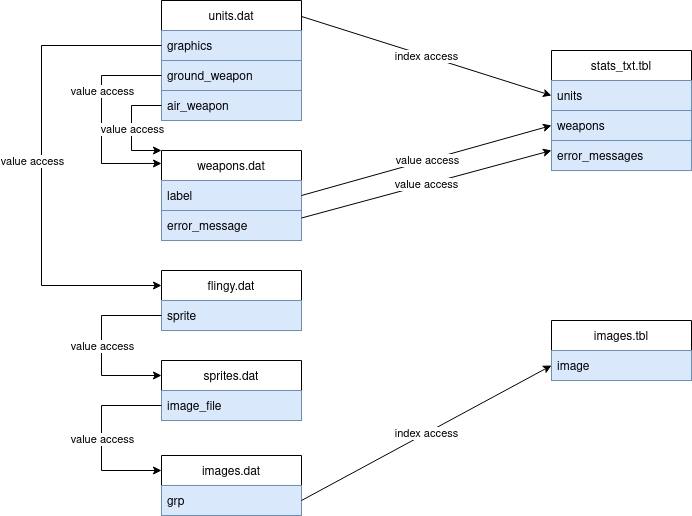
This is doc/sc_dat_architecture.drawio.png from Wargus/stargus, a draw.io export, as it was before one commit. Source tidied: cells renumbered, new cells last; positions are measured from the earlier drawing's top-left corner, leaving out a move shared by most shapes. The source it was exported from:
```xml
<mxGraphModel>
  <root>
    <mxCell id="0" />
    <mxCell id="1" parent="0" />
    <mxCell id="2" value="units.dat" style="swimlane;fontStyle=0;horizontal=1;startSize=30;" parent="1" vertex="1">
      <mxGeometry x="120" width="140" height="120" as="geometry" />
    </mxCell>
    <mxCell id="3" value="graphics" style="text;strokeColor=#6c8ebf;fillColor=#dae8fc;align=left;verticalAlign=middle;spacingLeft=4;spacingRight=4;overflow=hidden;points=[[0,0.5],[1,0.5]];portConstraint=eastwest;" parent="2" vertex="1">
      <mxGeometry y="30" width="140" height="30" as="geometry" />
    </mxCell>
    <mxCell id="4" value="ground_weapon" style="text;strokeColor=#6c8ebf;fillColor=#dae8fc;align=left;verticalAlign=middle;spacingLeft=4;spacingRight=4;overflow=hidden;points=[[0,0.5],[1,0.5]];portConstraint=eastwest;" parent="2" vertex="1">
      <mxGeometry y="60" width="140" height="30" as="geometry" />
    </mxCell>
    <mxCell id="5" value="air_weapon" style="text;strokeColor=#6c8ebf;fillColor=#dae8fc;align=left;verticalAlign=middle;spacingLeft=4;spacingRight=4;overflow=hidden;points=[[0,0.5],[1,0.5]];portConstraint=eastwest;" parent="2" vertex="1">
      <mxGeometry y="90" width="140" height="30" as="geometry" />
    </mxCell>
    <mxCell id="6" value="weapons.dat" style="swimlane;fontStyle=0;horizontal=1;startSize=30;" parent="1" vertex="1">
      <mxGeometry x="120" y="150" width="140" height="90" as="geometry" />
    </mxCell>
    <mxCell id="7" value="label" style="text;strokeColor=#6c8ebf;fillColor=#dae8fc;align=left;verticalAlign=middle;spacingLeft=4;spacingRight=4;overflow=hidden;" parent="6" vertex="1">
      <mxGeometry y="30" width="140" height="30" as="geometry" />
    </mxCell>
    <mxCell id="8" value="error_message" style="text;strokeColor=#6c8ebf;fillColor=#dae8fc;align=left;verticalAlign=middle;spacingLeft=4;spacingRight=4;overflow=hidden;" parent="6" vertex="1">
      <mxGeometry y="60" width="140" height="30" as="geometry" />
    </mxCell>
    <mxCell id="9" value="flingy.dat" style="swimlane;fontStyle=0;horizontal=1;startSize=30;" parent="1" vertex="1">
      <mxGeometry x="120" y="270" width="140" height="60" as="geometry" />
    </mxCell>
    <mxCell id="10" value="sprite" style="text;strokeColor=#6c8ebf;fillColor=#dae8fc;align=left;verticalAlign=middle;spacingLeft=4;spacingRight=4;overflow=hidden;points=[[0,0.5],[1,0.5]];portConstraint=eastwest;" parent="9" vertex="1">
      <mxGeometry y="30" width="140" height="30" as="geometry" />
    </mxCell>
    <mxCell id="11" value="sprites.dat" style="swimlane;fontStyle=0;horizontal=1;startSize=30;" parent="1" vertex="1">
      <mxGeometry x="120" y="360" width="140" height="60" as="geometry" />
    </mxCell>
    <mxCell id="12" value="image_file" style="text;strokeColor=#6c8ebf;fillColor=#dae8fc;align=left;verticalAlign=middle;spacingLeft=4;spacingRight=4;overflow=hidden;points=[[0,0.5],[1,0.5]];portConstraint=eastwest;" parent="11" vertex="1">
      <mxGeometry y="30" width="140" height="30" as="geometry" />
    </mxCell>
    <mxCell id="13" value="images.dat" style="swimlane;fontStyle=0;horizontal=1;startSize=30;" parent="1" vertex="1">
      <mxGeometry x="120" y="455" width="140" height="60" as="geometry" />
    </mxCell>
    <mxCell id="14" value="grp" style="text;strokeColor=#6c8ebf;fillColor=#dae8fc;align=left;verticalAlign=middle;spacingLeft=4;spacingRight=4;overflow=hidden;" parent="13" vertex="1">
      <mxGeometry y="30" width="140" height="30" as="geometry" />
    </mxCell>
    <mxCell id="15" value="stats_txt.tbl" style="swimlane;fontStyle=0;horizontal=1;startSize=30;" parent="1" vertex="1">
      <mxGeometry x="510" y="50" width="140" height="120" as="geometry" />
    </mxCell>
    <mxCell id="16" value="units" style="text;strokeColor=#6c8ebf;fillColor=#dae8fc;align=left;verticalAlign=middle;spacingLeft=4;spacingRight=4;overflow=hidden;points=[[0,0.5],[1,0.5]];portConstraint=eastwest;" parent="15" vertex="1">
      <mxGeometry y="30" width="140" height="30" as="geometry" />
    </mxCell>
    <mxCell id="17" value="weapons" style="text;strokeColor=#6c8ebf;fillColor=#dae8fc;align=left;verticalAlign=middle;spacingLeft=4;spacingRight=4;overflow=hidden;points=[[0,0.5],[1,0.5]];portConstraint=eastwest;" parent="15" vertex="1">
      <mxGeometry y="60" width="140" height="30" as="geometry" />
    </mxCell>
    <mxCell id="18" value="error_messages" style="text;strokeColor=#6c8ebf;fillColor=#dae8fc;align=left;verticalAlign=middle;spacingLeft=4;spacingRight=4;overflow=hidden;" parent="15" vertex="1">
      <mxGeometry y="90" width="140" height="30" as="geometry" />
    </mxCell>
    <mxCell id="19" value="kk" style="endArrow=classic;html=1;rounded=0;exitX=1;exitY=0.133;exitDx=0;exitDy=0;entryX=0;entryY=0.5;entryDx=0;entryDy=0;exitPerimeter=0;" parent="1" edge="1" source="2" target="16">
      <mxGeometry relative="1" as="geometry" />
    </mxCell>
    <mxCell id="20" value="index access" style="edgeLabel;html=1;align=center;verticalAlign=middle;" parent="19" vertex="1">
      <mxGeometry relative="1" as="geometry" />
    </mxCell>
    <mxCell id="21" style="endArrow=classic;html=1;rounded=0;exitX=1;exitY=0.5;exitDx=0;exitDy=0;entryX=0;entryY=0.5;entryDx=0;entryDy=0;" parent="1" edge="1" source="6" target="17">
      <mxGeometry relative="1" as="geometry" />
    </mxCell>
    <mxCell id="22" value="value access" style="edgeLabel;html=1;align=center;verticalAlign=middle;" parent="21" vertex="1">
      <mxGeometry relative="1" as="geometry" />
    </mxCell>
    <mxCell id="23" style="endArrow=classic;html=1;rounded=0;exitX=1;exitY=0.75;exitDx=0;exitDy=0;" parent="1" edge="1" source="6">
      <mxGeometry relative="1" as="geometry">
        <mxPoint x="510" y="150" as="targetPoint" />
      </mxGeometry>
    </mxCell>
    <mxCell id="24" value="value access" style="edgeLabel;html=1;align=center;verticalAlign=middle;" parent="23" vertex="1">
      <mxGeometry relative="1" as="geometry" />
    </mxCell>
    <mxCell id="25" style="endArrow=classic;html=1;rounded=0;exitX=0;exitY=0.5;exitDx=0;exitDy=0;entryX=0;entryY=0.25;entryDx=0;entryDy=0;" parent="1" edge="1" source="3" target="9">
      <mxGeometry relative="1" as="geometry">
        <Array as="points">
          <mxPoint y="45" />
          <mxPoint y="285" />
        </Array>
      </mxGeometry>
    </mxCell>
    <mxCell id="26" value="value access" style="edgeLabel;html=1;align=center;verticalAlign=middle;" parent="25" vertex="1">
      <mxGeometry x="0.33" y="3" relative="1" as="geometry">
        <mxPoint x="-13" y="-83" as="offset" />
      </mxGeometry>
    </mxCell>
    <mxCell id="27" style="endArrow=classic;html=1;rounded=0;exitX=0;exitY=0.5;exitDx=0;exitDy=0;entryX=0;entryY=0.25;entryDx=0;entryDy=0;" parent="1" edge="1" source="10" target="11">
      <mxGeometry relative="1" as="geometry">
        <Array as="points">
          <mxPoint x="60" y="315" />
          <mxPoint x="60" y="375" />
        </Array>
      </mxGeometry>
    </mxCell>
    <mxCell id="28" value="value access" style="edgeLabel;html=1;align=center;verticalAlign=middle;" parent="27" vertex="1">
      <mxGeometry relative="1" as="geometry" />
    </mxCell>
    <mxCell id="29" style="endArrow=classic;html=1;rounded=0;exitX=0;exitY=0.5;exitDx=0;exitDy=0;entryX=0;entryY=0.25;entryDx=0;entryDy=0;" parent="1" edge="1" source="12" target="13">
      <mxGeometry relative="1" as="geometry">
        <Array as="points">
          <mxPoint x="60" y="405" />
          <mxPoint x="60" y="470" />
        </Array>
      </mxGeometry>
    </mxCell>
    <mxCell id="30" value="value access" style="edgeLabel;html=1;align=center;verticalAlign=middle;" parent="29" vertex="1">
      <mxGeometry relative="1" as="geometry" />
    </mxCell>
    <mxCell id="31" value="images.tbl" style="swimlane;fontStyle=0;horizontal=1;startSize=30;" parent="1" vertex="1">
      <mxGeometry x="510" y="320" width="140" height="60" as="geometry" />
    </mxCell>
    <mxCell id="32" value="image" style="text;strokeColor=#6c8ebf;fillColor=#dae8fc;align=left;verticalAlign=middle;spacingLeft=4;spacingRight=4;overflow=hidden;points=[[0,0.5],[1,0.5]];portConstraint=eastwest;" parent="31" vertex="1">
      <mxGeometry y="30" width="140" height="30" as="geometry" />
    </mxCell>
    <mxCell id="33" style="endArrow=classic;html=1;rounded=0;exitX=0;exitY=0.5;exitDx=0;exitDy=0;entryX=0;entryY=0.144;entryDx=0;entryDy=0;entryPerimeter=0;" parent="1" edge="1" source="4" target="6">
      <mxGeometry relative="1" as="geometry">
        <Array as="points">
          <mxPoint x="60" y="75" />
          <mxPoint x="60" y="163" />
        </Array>
      </mxGeometry>
    </mxCell>
    <mxCell id="34" value="value access" style="edgeLabel;html=1;align=center;verticalAlign=middle;" parent="33" vertex="1">
      <mxGeometry relative="1" as="geometry">
        <mxPoint y="-29" as="offset" />
      </mxGeometry>
    </mxCell>
    <mxCell id="35" style="endArrow=classic;html=1;rounded=0;exitX=0;exitY=0.5;exitDx=0;exitDy=0;entryX=0;entryY=0;entryDx=0;entryDy=0;" parent="1" edge="1" source="5" target="6">
      <mxGeometry relative="1" as="geometry">
        <Array as="points">
          <mxPoint x="90" y="105" />
          <mxPoint x="90" y="150" />
        </Array>
      </mxGeometry>
    </mxCell>
    <mxCell id="36" value="value access" style="edgeLabel;html=1;align=center;verticalAlign=middle;" parent="35" vertex="1">
      <mxGeometry relative="1" as="geometry" />
    </mxCell>
    <mxCell id="37" style="endArrow=classic;html=1;rounded=0;exitX=1;exitY=0.75;exitDx=0;exitDy=0;entryX=0;entryY=0.5;entryDx=0;entryDy=0;" parent="1" edge="1" source="13" target="32">
      <mxGeometry relative="1" as="geometry" />
    </mxCell>
    <mxCell id="38" value="index access" style="edgeLabel;html=1;align=center;verticalAlign=middle;" parent="37" vertex="1">
      <mxGeometry relative="1" as="geometry" />
    </mxCell>
  </root>
</mxGraphModel>
```
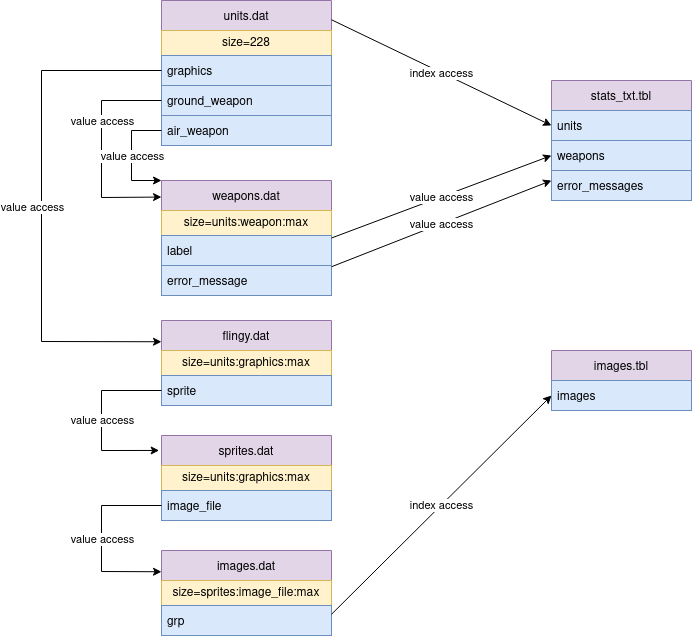
Later version of the same file.

Change to the diagram source:
```diff
@@ -2,46 +2,61 @@
   <root>
     <mxCell id="0" />
     <mxCell id="1" parent="0" />
-    <mxCell id="2" value="units.dat" style="swimlane;fontStyle=0;horizontal=1;startSize=30;" parent="1" vertex="1">
-      <mxGeometry x="120" width="140" height="120" as="geometry" />
+    <mxCell id="2" value="units.dat" style="swimlane;fontStyle=0;horizontal=1;startSize=30;fillColor=#e1d5e7;strokeColor=#9673a6;" parent="1" vertex="1">
+      <mxGeometry x="120" y="-30" width="170" height="145" as="geometry" />
     </mxCell>
+    <mxCell id="39" value="size=228" style="rounded=0;whiteSpace=wrap;html=1;fillColor=#fff2cc;strokeColor=#d6b656;" parent="2" vertex="1">
+      <mxGeometry y="30" width="170" height="25" as="geometry" />
+    </mxCell>
     <mxCell id="3" value="graphics" style="text;strokeColor=#6c8ebf;fillColor=#dae8fc;align=left;verticalAlign=middle;spacingLeft=4;spacingRight=4;overflow=hidden;points=[[0,0.5],[1,0.5]];portConstraint=eastwest;" parent="2" vertex="1">
-      <mxGeometry y="30" width="140" height="30" as="geometry" />
+      <mxGeometry y="55" width="170" height="30" as="geometry" />
     </mxCell>
     <mxCell id="4" value="ground_weapon" style="text;strokeColor=#6c8ebf;fillColor=#dae8fc;align=left;verticalAlign=middle;spacingLeft=4;spacingRight=4;overflow=hidden;points=[[0,0.5],[1,0.5]];portConstraint=eastwest;" parent="2" vertex="1">
-      <mxGeometry y="60" width="140" height="30" as="geometry" />
+      <mxGeometry y="85" width="170" height="30" as="geometry" />
     </mxCell>
     <mxCell id="5" value="air_weapon" style="text;strokeColor=#6c8ebf;fillColor=#dae8fc;align=left;verticalAlign=middle;spacingLeft=4;spacingRight=4;overflow=hidden;points=[[0,0.5],[1,0.5]];portConstraint=eastwest;" parent="2" vertex="1">
-      <mxGeometry y="90" width="140" height="30" as="geometry" />
+      <mxGeometry y="115" width="170" height="30" as="geometry" />
     </mxCell>
-    <mxCell id="6" value="weapons.dat" style="swimlane;fontStyle=0;horizontal=1;startSize=30;" parent="1" vertex="1">
-      <mxGeometry x="120" y="150" width="140" height="90" as="geometry" />
+    <mxCell id="6" value="weapons.dat" style="swimlane;fontStyle=0;horizontal=1;startSize=30;fillColor=#e1d5e7;strokeColor=#9673a6;" parent="1" vertex="1">
+      <mxGeometry x="120" y="150" width="170" height="115" as="geometry" />
     </mxCell>
+    <mxCell id="40" value="size=units:weapon:max" style="rounded=0;whiteSpace=wrap;html=1;fillColor=#fff2cc;strokeColor=#d6b656;" parent="6" vertex="1">
+      <mxGeometry y="30" width="170" height="25" as="geometry" />
+    </mxCell>
     <mxCell id="7" value="label" style="text;strokeColor=#6c8ebf;fillColor=#dae8fc;align=left;verticalAlign=middle;spacingLeft=4;spacingRight=4;overflow=hidden;" parent="6" vertex="1">
-      <mxGeometry y="30" width="140" height="30" as="geometry" />
+      <mxGeometry y="55" width="170" height="30" as="geometry" />
     </mxCell>
     <mxCell id="8" value="error_message" style="text;strokeColor=#6c8ebf;fillColor=#dae8fc;align=left;verticalAlign=middle;spacingLeft=4;spacingRight=4;overflow=hidden;" parent="6" vertex="1">
-      <mxGeometry y="60" width="140" height="30" as="geometry" />
+      <mxGeometry y="85" width="170" height="30" as="geometry" />
     </mxCell>
-    <mxCell id="9" value="flingy.dat" style="swimlane;fontStyle=0;horizontal=1;startSize=30;" parent="1" vertex="1">
-      <mxGeometry x="120" y="270" width="140" height="60" as="geometry" />
+    <mxCell id="9" value="flingy.dat" style="swimlane;fontStyle=0;horizontal=1;startSize=30;fillColor=#e1d5e7;strokeColor=#9673a6;" parent="1" vertex="1">
+      <mxGeometry x="120" y="290" width="170" height="85" as="geometry" />
     </mxCell>
+    <mxCell id="41" value="size=units:graphics:max" style="rounded=0;whiteSpace=wrap;html=1;fillColor=#fff2cc;strokeColor=#d6b656;" parent="9" vertex="1">
+      <mxGeometry y="30" width="170" height="25" as="geometry" />
+    </mxCell>
     <mxCell id="10" value="sprite" style="text;strokeColor=#6c8ebf;fillColor=#dae8fc;align=left;verticalAlign=middle;spacingLeft=4;spacingRight=4;overflow=hidden;points=[[0,0.5],[1,0.5]];portConstraint=eastwest;" parent="9" vertex="1">
-      <mxGeometry y="30" width="140" height="30" as="geometry" />
+      <mxGeometry y="55" width="170" height="30" as="geometry" />
     </mxCell>
-    <mxCell id="11" value="sprites.dat" style="swimlane;fontStyle=0;horizontal=1;startSize=30;" parent="1" vertex="1">
-      <mxGeometry x="120" y="360" width="140" height="60" as="geometry" />
+    <mxCell id="11" value="sprites.dat" style="swimlane;fontStyle=0;horizontal=1;startSize=30;fillColor=#e1d5e7;strokeColor=#9673a6;" parent="1" vertex="1">
+      <mxGeometry x="120" y="405" width="170" height="85" as="geometry" />
     </mxCell>
+    <mxCell id="42" value="size=units:graphics:max" style="rounded=0;whiteSpace=wrap;html=1;fillColor=#fff2cc;strokeColor=#d6b656;" parent="11" vertex="1">
+      <mxGeometry y="30" width="170" height="25" as="geometry" />
+    </mxCell>
     <mxCell id="12" value="image_file" style="text;strokeColor=#6c8ebf;fillColor=#dae8fc;align=left;verticalAlign=middle;spacingLeft=4;spacingRight=4;overflow=hidden;points=[[0,0.5],[1,0.5]];portConstraint=eastwest;" parent="11" vertex="1">
-      <mxGeometry y="30" width="140" height="30" as="geometry" />
+      <mxGeometry y="55" width="170" height="30" as="geometry" />
     </mxCell>
-    <mxCell id="13" value="images.dat" style="swimlane;fontStyle=0;horizontal=1;startSize=30;" parent="1" vertex="1">
-      <mxGeometry x="120" y="455" width="140" height="60" as="geometry" />
+    <mxCell id="13" value="images.dat" style="swimlane;fontStyle=0;horizontal=1;startSize=30;fillColor=#e1d5e7;strokeColor=#9673a6;" parent="1" vertex="1">
+      <mxGeometry x="120" y="520" width="170" height="85" as="geometry" />
     </mxCell>
+    <mxCell id="43" value="size=sprites:image_file:max" style="rounded=0;whiteSpace=wrap;html=1;fillColor=#fff2cc;strokeColor=#d6b656;" parent="13" vertex="1">
+      <mxGeometry y="30" width="170" height="25" as="geometry" />
+    </mxCell>
     <mxCell id="14" value="grp" style="text;strokeColor=#6c8ebf;fillColor=#dae8fc;align=left;verticalAlign=middle;spacingLeft=4;spacingRight=4;overflow=hidden;" parent="13" vertex="1">
-      <mxGeometry y="30" width="140" height="30" as="geometry" />
+      <mxGeometry y="55" width="170" height="30" as="geometry" />
     </mxCell>
-    <mxCell id="15" value="stats_txt.tbl" style="swimlane;fontStyle=0;horizontal=1;startSize=30;" parent="1" vertex="1">
+    <mxCell id="15" value="stats_txt.tbl" style="swimlane;fontStyle=0;horizontal=1;startSize=30;fillColor=#e1d5e7;strokeColor=#9673a6;" parent="1" vertex="1">
       <mxGeometry x="510" y="50" width="140" height="120" as="geometry" />
     </mxCell>
     <mxCell id="16" value="units" style="text;strokeColor=#6c8ebf;fillColor=#dae8fc;align=left;verticalAlign=middle;spacingLeft=4;spacingRight=4;overflow=hidden;points=[[0,0.5],[1,0.5]];portConstraint=eastwest;" parent="15" vertex="1">
@@ -76,8 +91,8 @@
     <mxCell id="25" style="endArrow=classic;html=1;rounded=0;exitX=0;exitY=0.5;exitDx=0;exitDy=0;entryX=0;entryY=0.25;entryDx=0;entryDy=0;" parent="1" edge="1" source="3" target="9">
       <mxGeometry relative="1" as="geometry">
         <Array as="points">
-          <mxPoint y="45" />
-          <mxPoint y="285" />
+          <mxPoint y="40" />
+          <mxPoint y="311" />
         </Array>
       </mxGeometry>
     </mxCell>
@@ -86,11 +101,11 @@
         <mxPoint x="-13" y="-83" as="offset" />
       </mxGeometry>
     </mxCell>
-    <mxCell id="27" style="endArrow=classic;html=1;rounded=0;exitX=0;exitY=0.5;exitDx=0;exitDy=0;entryX=0;entryY=0.25;entryDx=0;entryDy=0;" parent="1" edge="1" source="10" target="11">
+    <mxCell id="27" style="endArrow=classic;html=1;rounded=0;exitX=0;exitY=0.5;exitDx=0;exitDy=0;entryX=-0.014;entryY=0.176;entryDx=0;entryDy=0;entryPerimeter=0;" parent="1" edge="1" source="10" target="11">
       <mxGeometry relative="1" as="geometry">
         <Array as="points">
-          <mxPoint x="60" y="315" />
-          <mxPoint x="60" y="375" />
+          <mxPoint x="60" y="360" />
+          <mxPoint x="60" y="420" />
         </Array>
       </mxGeometry>
     </mxCell>
@@ -100,25 +115,25 @@
     <mxCell id="29" style="endArrow=classic;html=1;rounded=0;exitX=0;exitY=0.5;exitDx=0;exitDy=0;entryX=0;entryY=0.25;entryDx=0;entryDy=0;" parent="1" edge="1" source="12" target="13">
       <mxGeometry relative="1" as="geometry">
         <Array as="points">
-          <mxPoint x="60" y="405" />
-          <mxPoint x="60" y="470" />
+          <mxPoint x="60" y="475" />
+          <mxPoint x="60" y="541" />
         </Array>
       </mxGeometry>
     </mxCell>
     <mxCell id="30" value="value access" style="edgeLabel;html=1;align=center;verticalAlign=middle;" parent="29" vertex="1">
       <mxGeometry relative="1" as="geometry" />
     </mxCell>
-    <mxCell id="31" value="images.tbl" style="swimlane;fontStyle=0;horizontal=1;startSize=30;" parent="1" vertex="1">
+    <mxCell id="31" value="images.tbl" style="swimlane;fontStyle=0;horizontal=1;startSize=30;fillColor=#e1d5e7;strokeColor=#9673a6;" parent="1" vertex="1">
       <mxGeometry x="510" y="320" width="140" height="60" as="geometry" />
     </mxCell>
-    <mxCell id="32" value="image" style="text;strokeColor=#6c8ebf;fillColor=#dae8fc;align=left;verticalAlign=middle;spacingLeft=4;spacingRight=4;overflow=hidden;points=[[0,0.5],[1,0.5]];portConstraint=eastwest;" parent="31" vertex="1">
+    <mxCell id="32" value="images" style="text;strokeColor=#6c8ebf;fillColor=#dae8fc;align=left;verticalAlign=middle;spacingLeft=4;spacingRight=4;overflow=hidden;points=[[0,0.5],[1,0.5]];portConstraint=eastwest;" parent="31" vertex="1">
       <mxGeometry y="30" width="140" height="30" as="geometry" />
     </mxCell>
     <mxCell id="33" style="endArrow=classic;html=1;rounded=0;exitX=0;exitY=0.5;exitDx=0;exitDy=0;entryX=0;entryY=0.144;entryDx=0;entryDy=0;entryPerimeter=0;" parent="1" edge="1" source="4" target="6">
       <mxGeometry relative="1" as="geometry">
         <Array as="points">
-          <mxPoint x="60" y="75" />
-          <mxPoint x="60" y="163" />
+          <mxPoint x="60" y="70" />
+          <mxPoint x="60" y="167" />
         </Array>
       </mxGeometry>
     </mxCell>
@@ -130,7 +145,7 @@
     <mxCell id="35" style="endArrow=classic;html=1;rounded=0;exitX=0;exitY=0.5;exitDx=0;exitDy=0;entryX=0;entryY=0;entryDx=0;entryDy=0;" parent="1" edge="1" source="5" target="6">
       <mxGeometry relative="1" as="geometry">
         <Array as="points">
-          <mxPoint x="90" y="105" />
+          <mxPoint x="90" y="100" />
           <mxPoint x="90" y="150" />
         </Array>
       </mxGeometry>
```
